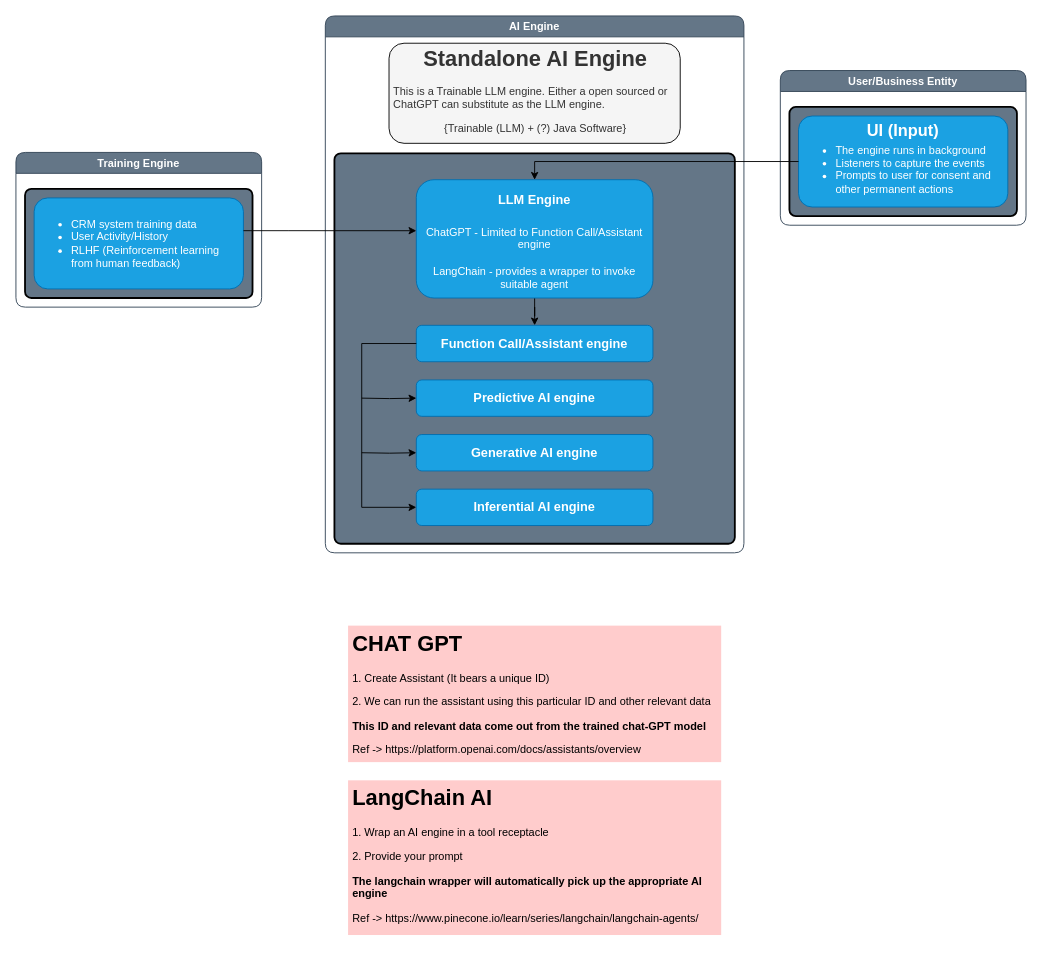
Before: page "Page-2" (2 of 2) of System-Design.drawio in Pramosh-Sursa/AI-POC, a draw.io diagram. Source tidied: cells renumbered, new cells numbered last; positions are measured from the earlier drawing's top-left corner, leaving out a move shared by most shapes. Both pictures are drawn from the tidied source at 91%, with x=0, y=0 at pixel (15, 15).
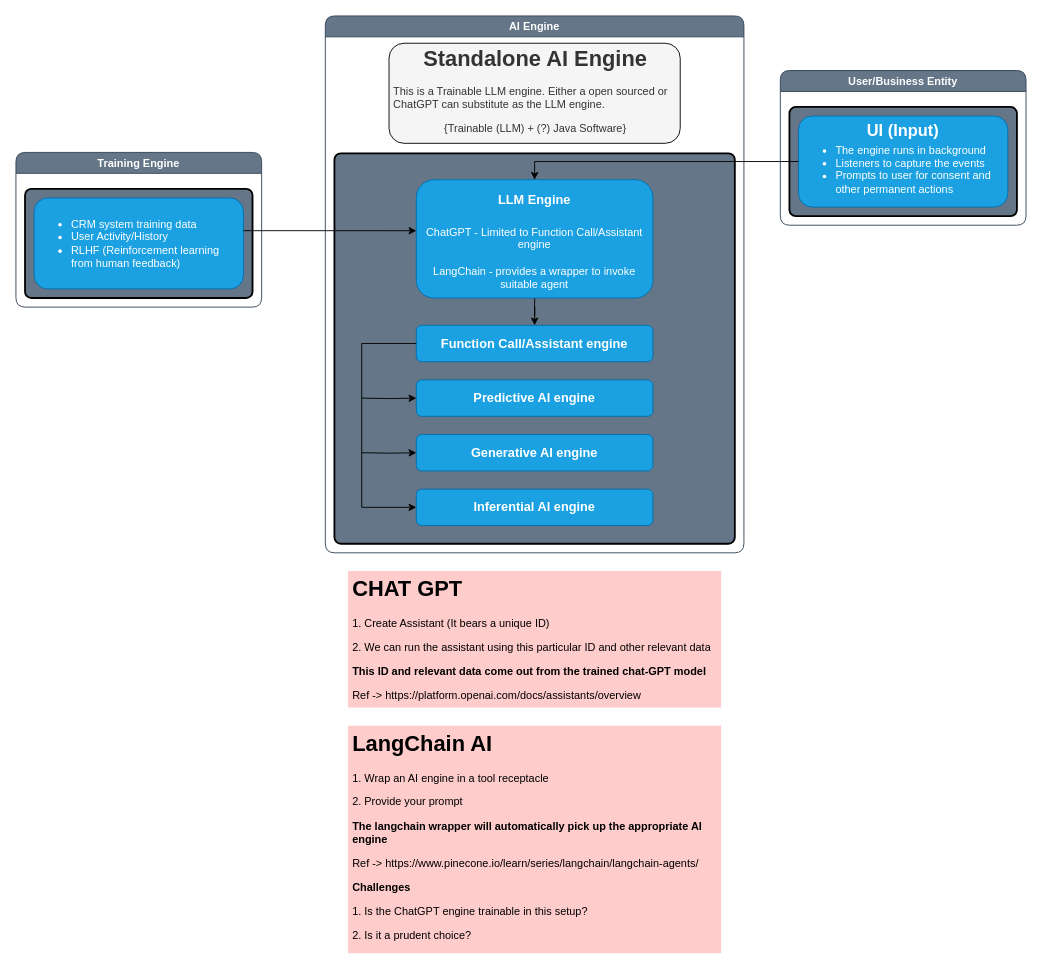
Above is the later version.

Commit message:
Edited the closing note

What changed in the source:
```diff
@@
     <mxCell id="22" value="&lt;h1&gt;CHAT GPT&lt;br&gt;&lt;/h1&gt;&lt;p&gt;1. Create Assistant (It bears a unique ID)&lt;/p&gt;&lt;p&gt;2. We can run the assistant using this particular ID and other relevant data&lt;/p&gt;&lt;p&gt;&lt;b&gt;This ID and relevant data come out from the trained chat-GPT model&lt;/b&gt;&lt;/p&gt;&lt;p&gt;Ref -&amp;gt; https://platform.openai.com/docs/assistants/overview&lt;br&gt;&lt;/p&gt;" style="text;html=1;strokeColor=none;fillColor=#FFCCCC;spacing=5;spacingTop=-20;whiteSpace=wrap;overflow=hidden;rounded=0;" parent="1" vertex="1">
-      <mxGeometry x="365" y="670" width="410" height="150" as="geometry" />
+      <mxGeometry x="365" y="610" width="410" height="150" as="geometry" />
     </mxCell>
-    <mxCell id="23" value="&lt;h1&gt;LangChain AI&lt;br&gt;&lt;/h1&gt;&lt;p&gt;1. Wrap an AI engine in a tool receptacle&lt;/p&gt;&lt;p&gt;2. Provide your prompt&lt;/p&gt;&lt;p&gt;&lt;b&gt;The langchain wrapper will automatically pick up the appropriate AI engine&lt;/b&gt;&lt;br&gt;&lt;/p&gt;&lt;p&gt;Ref -&amp;gt; https://www.pinecone.io/learn/series/langchain/langchain-agents/&lt;/p&gt;" style="text;html=1;strokeColor=none;fillColor=#FFCCCC;spacing=5;spacingTop=-20;whiteSpace=wrap;overflow=hidden;rounded=0;" parent="1" vertex="1">
-      <mxGeometry x="365" y="840" width="410" height="170" as="geometry" />
+    <mxCell id="23" value="&lt;h1&gt;LangChain AI&lt;br&gt;&lt;/h1&gt;&lt;p&gt;1. Wrap an AI engine in a tool receptacle&lt;/p&gt;&lt;p&gt;2. Provide your prompt&lt;/p&gt;&lt;p&gt;&lt;b&gt;The langchain wrapper will automatically pick up the appropriate AI engine&lt;/b&gt;&lt;br&gt;&lt;/p&gt;&lt;p&gt;Ref -&amp;gt; https://www.pinecone.io/learn/series/langchain/langchain-agents/&lt;/p&gt;&lt;p&gt;&lt;b&gt;Challenges&lt;/b&gt;&lt;/p&gt;&lt;p&gt;1. Is the ChatGPT engine trainable in this setup?&lt;b&gt;&lt;br&gt;&lt;/b&gt;&lt;/p&gt;&lt;p&gt;2. Is it a prudent choice?&lt;br&gt;&lt;/p&gt;" style="text;html=1;strokeColor=none;fillColor=#FFCCCC;spacing=5;spacingTop=-20;whiteSpace=wrap;overflow=hidden;rounded=0;" parent="1" vertex="1">
+      <mxGeometry x="365" y="780" width="410" height="250" as="geometry" />
     </mxCell>
```
